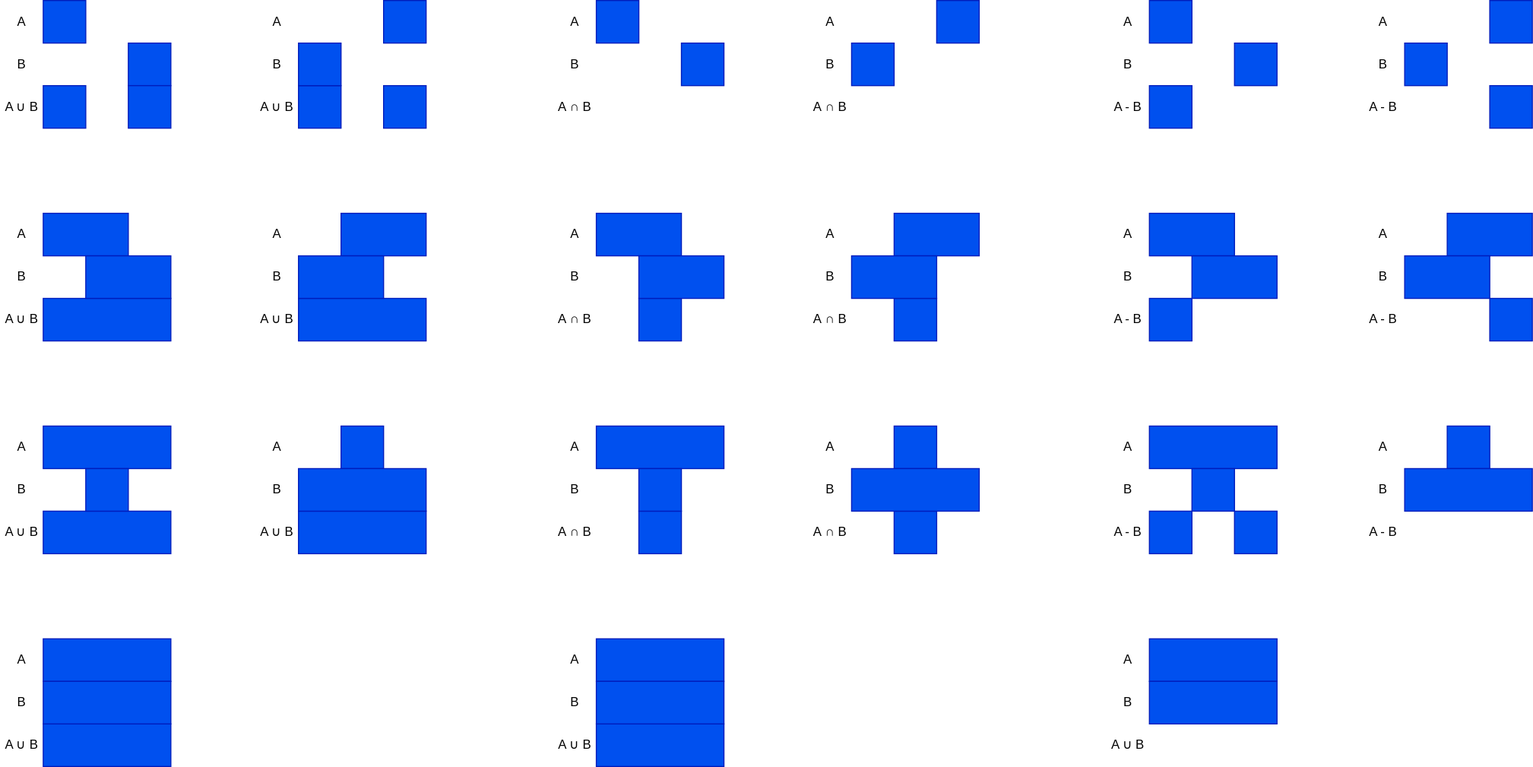
Earlier version of the draw.io export src/interval/SimpleTimeInterval.drawio.svg (yolisses/time-constraints). Source tidied: cells renumbered, new cells last; positions are measured from the earlier drawing's top-left corner, leaving out a move shared by most shapes.
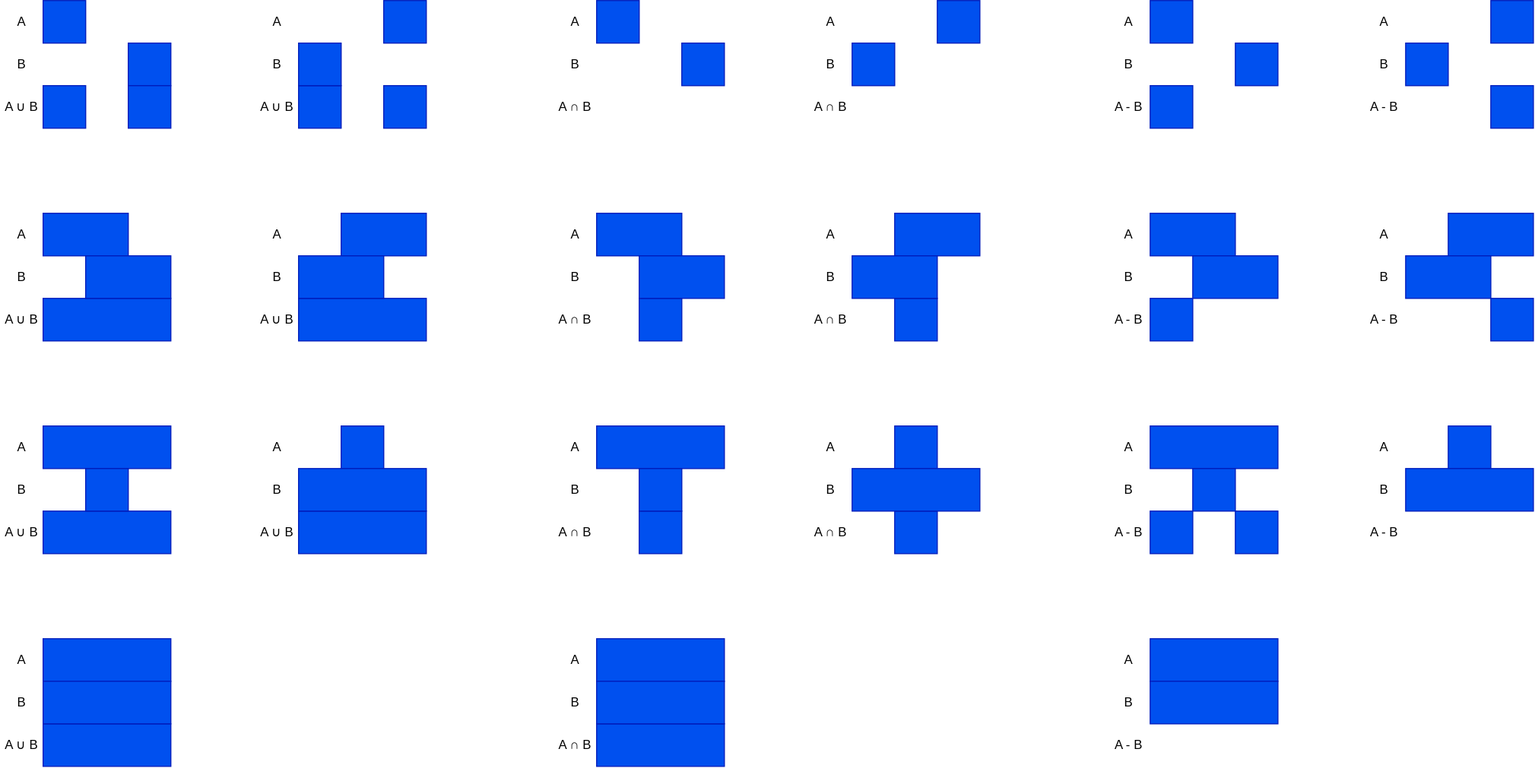
The same file after the commit.

Commit message:
Fix style in SimpleTimeInterval drawing

What changed in the source:
```diff
@@ -4,7 +4,7 @@
     <mxCell id="1" parent="0" />
     <mxCell id="2" style="edgeStyle=orthogonalEdgeStyle;rounded=0;orthogonalLoop=1;jettySize=auto;html=1;exitX=0.25;exitY=0;exitDx=0;exitDy=0;" parent="1" edge="1">
       <mxGeometry relative="1" as="geometry">
-        <mxPoint as="sourcePoint" />
+        <mxPoint x="280" y="160" as="sourcePoint" />
       </mxGeometry>
     </mxCell>
     <mxCell id="3" style="rounded=0;whiteSpace=wrap;html=1;fillColor=#0050ef;fontColor=#ffffff;strokeColor=#001DBC;" parent="1" vertex="1">
@@ -130,9 +130,6 @@
     <mxCell id="43" value="B" style="text;html=1;align=center;verticalAlign=middle;whiteSpace=wrap;rounded=0;" parent="1" vertex="1">
       <mxGeometry x="550" y="240" width="40" height="40" as="geometry" />
     </mxCell>
-    <mxCell id="44" value="A&amp;nbsp;&lt;span style=&quot;background-color: transparent; color: light-dark(rgb(0, 0, 0), rgb(255, 255, 255));&quot;&gt;∩&amp;nbsp;&lt;/span&gt;&lt;span style=&quot;background-color: transparent; color: light-dark(rgb(0, 0, 0), rgb(255, 255, 255));&quot;&gt;B&lt;/span&gt;" style="text;html=1;align=center;verticalAlign=middle;whiteSpace=wrap;rounded=0;" parent="1" vertex="1">
-      <mxGeometry x="550" y="280" width="40" height="40" as="geometry" />
-    </mxCell>
     <mxCell id="45" style="rounded=0;whiteSpace=wrap;html=1;fillColor=#0050ef;fontColor=#ffffff;strokeColor=#001DBC;" parent="1" vertex="1">
       <mxGeometry x="670" y="240" width="40" height="40" as="geometry" />
     </mxCell>
@@ -208,21 +205,6 @@
     <mxCell id="69" style="rounded=0;whiteSpace=wrap;html=1;fillColor=#0050ef;fontColor=#ffffff;strokeColor=#001DBC;" parent="1" vertex="1">
       <mxGeometry x="830" y="240" width="40" height="40" as="geometry" />
     </mxCell>
-    <mxCell id="70" value="A&amp;nbsp;&lt;span style=&quot;background-color: transparent; color: light-dark(rgb(0, 0, 0), rgb(255, 255, 255));&quot;&gt;∩&amp;nbsp;&lt;/span&gt;&lt;span style=&quot;background-color: transparent; color: light-dark(rgb(0, 0, 0), rgb(255, 255, 255));&quot;&gt;B&lt;/span&gt;" style="text;html=1;align=center;verticalAlign=middle;whiteSpace=wrap;rounded=0;" parent="1" vertex="1">
-      <mxGeometry x="790" y="280" width="40" height="40" as="geometry" />
-    </mxCell>
-    <mxCell id="71" value="A&amp;nbsp;&lt;span style=&quot;background-color: transparent; color: light-dark(rgb(0, 0, 0), rgb(255, 255, 255));&quot;&gt;∩&amp;nbsp;&lt;/span&gt;&lt;span style=&quot;background-color: transparent; color: light-dark(rgb(0, 0, 0), rgb(255, 255, 255));&quot;&gt;B&lt;/span&gt;" style="text;html=1;align=center;verticalAlign=middle;whiteSpace=wrap;rounded=0;" parent="1" vertex="1">
-      <mxGeometry x="550" y="480" width="40" height="40" as="geometry" />
-    </mxCell>
-    <mxCell id="72" value="A&amp;nbsp;&lt;span style=&quot;background-color: transparent; color: light-dark(rgb(0, 0, 0), rgb(255, 255, 255));&quot;&gt;∩&amp;nbsp;&lt;/span&gt;&lt;span style=&quot;background-color: transparent; color: light-dark(rgb(0, 0, 0), rgb(255, 255, 255));&quot;&gt;B&lt;/span&gt;" style="text;html=1;align=center;verticalAlign=middle;whiteSpace=wrap;rounded=0;" parent="1" vertex="1">
-      <mxGeometry x="790" y="480" width="40" height="40" as="geometry" />
-    </mxCell>
-    <mxCell id="73" value="A&amp;nbsp;&lt;span style=&quot;background-color: transparent; color: light-dark(rgb(0, 0, 0), rgb(255, 255, 255));&quot;&gt;∩&amp;nbsp;&lt;/span&gt;&lt;span style=&quot;background-color: transparent; color: light-dark(rgb(0, 0, 0), rgb(255, 255, 255));&quot;&gt;B&lt;/span&gt;" style="text;html=1;align=center;verticalAlign=middle;whiteSpace=wrap;rounded=0;" parent="1" vertex="1">
-      <mxGeometry x="550" y="680" width="40" height="40" as="geometry" />
-    </mxCell>
-    <mxCell id="74" value="A&amp;nbsp;&lt;span style=&quot;background-color: transparent; color: light-dark(rgb(0, 0, 0), rgb(255, 255, 255));&quot;&gt;∩&amp;nbsp;&lt;/span&gt;&lt;span style=&quot;background-color: transparent; color: light-dark(rgb(0, 0, 0), rgb(255, 255, 255));&quot;&gt;B&lt;/span&gt;" style="text;html=1;align=center;verticalAlign=middle;whiteSpace=wrap;rounded=0;" parent="1" vertex="1">
-      <mxGeometry x="790" y="680" width="40" height="40" as="geometry" />
-    </mxCell>
     <mxCell id="75" style="rounded=0;whiteSpace=wrap;html=1;fillColor=#0050ef;fontColor=#ffffff;strokeColor=#001DBC;" parent="1" vertex="1">
       <mxGeometry x="1110" y="200" width="40" height="40" as="geometry" />
     </mxCell>
@@ -304,24 +286,9 @@
     <mxCell id="101" style="rounded=0;whiteSpace=wrap;html=1;fillColor=#0050ef;fontColor=#ffffff;strokeColor=#001DBC;" parent="1" vertex="1">
       <mxGeometry x="1350" y="240" width="40" height="40" as="geometry" />
     </mxCell>
-    <mxCell id="102" value="A -&amp;nbsp;&lt;span style=&quot;background-color: transparent; color: light-dark(rgb(0, 0, 0), rgb(255, 255, 255));&quot;&gt;B&lt;/span&gt;" style="text;html=1;align=center;verticalAlign=middle;whiteSpace=wrap;rounded=0;" parent="1" vertex="1">
-      <mxGeometry x="1310" y="280" width="40" height="40" as="geometry" />
-    </mxCell>
-    <mxCell id="103" value="A -&amp;nbsp;&lt;span style=&quot;background-color: transparent; color: light-dark(rgb(0, 0, 0), rgb(255, 255, 255));&quot;&gt;B&lt;/span&gt;" style="text;html=1;align=center;verticalAlign=middle;whiteSpace=wrap;rounded=0;" parent="1" vertex="1">
+    <mxCell id="103" value="A - B" style="text;html=1;align=center;verticalAlign=middle;whiteSpace=wrap;rounded=0;" parent="1" vertex="1">
       <mxGeometry x="1070" y="280" width="40" height="40" as="geometry" />
     </mxCell>
-    <mxCell id="104" value="A -&amp;nbsp;&lt;span style=&quot;background-color: transparent; color: light-dark(rgb(0, 0, 0), rgb(255, 255, 255));&quot;&gt;B&lt;/span&gt;" style="text;html=1;align=center;verticalAlign=middle;whiteSpace=wrap;rounded=0;" parent="1" vertex="1">
-      <mxGeometry x="1070" y="480" width="40" height="40" as="geometry" />
-    </mxCell>
-    <mxCell id="105" value="A -&amp;nbsp;&lt;span style=&quot;background-color: transparent; color: light-dark(rgb(0, 0, 0), rgb(255, 255, 255));&quot;&gt;B&lt;/span&gt;" style="text;html=1;align=center;verticalAlign=middle;whiteSpace=wrap;rounded=0;" parent="1" vertex="1">
-      <mxGeometry x="1070" y="680" width="40" height="40" as="geometry" />
-    </mxCell>
-    <mxCell id="106" value="A -&amp;nbsp;&lt;span style=&quot;background-color: transparent; color: light-dark(rgb(0, 0, 0), rgb(255, 255, 255));&quot;&gt;B&lt;/span&gt;" style="text;html=1;align=center;verticalAlign=middle;whiteSpace=wrap;rounded=0;" parent="1" vertex="1">
-      <mxGeometry x="1310" y="480" width="40" height="40" as="geometry" />
-    </mxCell>
-    <mxCell id="107" value="A -&amp;nbsp;&lt;span style=&quot;background-color: transparent; color: light-dark(rgb(0, 0, 0), rgb(255, 255, 255));&quot;&gt;B&lt;/span&gt;" style="text;html=1;align=center;verticalAlign=middle;whiteSpace=wrap;rounded=0;" parent="1" vertex="1">
-      <mxGeometry x="1310" y="680" width="40" height="40" as="geometry" />
-    </mxCell>
     <mxCell id="108" style="rounded=0;whiteSpace=wrap;html=1;fillColor=#0050ef;fontColor=#ffffff;strokeColor=#001DBC;" parent="1" vertex="1">
       <mxGeometry x="1110" y="280" width="40" height="40" as="geometry" />
     </mxCell>
@@ -358,9 +325,6 @@
     <mxCell id="119" value="B" style="text;html=1;align=center;verticalAlign=middle;whiteSpace=wrap;rounded=0;" parent="1" vertex="1">
       <mxGeometry x="550" y="840" width="40" height="40" as="geometry" />
     </mxCell>
-    <mxCell id="120" value="A ∪ B" style="text;html=1;align=center;verticalAlign=middle;whiteSpace=wrap;rounded=0;" parent="1" vertex="1">
-      <mxGeometry x="550" y="880" width="40" height="40" as="geometry" />
-    </mxCell>
     <mxCell id="121" style="rounded=0;whiteSpace=wrap;html=1;fillColor=#0050ef;fontColor=#ffffff;strokeColor=#001DBC;" parent="1" vertex="1">
       <mxGeometry x="590" y="880" width="120" height="40" as="geometry" />
     </mxCell>
@@ -376,11 +340,47 @@
     <mxCell id="125" value="B" style="text;html=1;align=center;verticalAlign=middle;whiteSpace=wrap;rounded=0;" parent="1" vertex="1">
       <mxGeometry x="1070" y="840" width="40" height="40" as="geometry" />
     </mxCell>
-    <mxCell id="126" value="A ∪ B" style="text;html=1;align=center;verticalAlign=middle;whiteSpace=wrap;rounded=0;" parent="1" vertex="1">
-      <mxGeometry x="1070" y="880" width="40" height="40" as="geometry" />
-    </mxCell>
     <mxCell id="127" style="rounded=0;whiteSpace=wrap;html=1;fillColor=#0050ef;fontColor=#ffffff;strokeColor=#001DBC;" parent="1" vertex="1">
       <mxGeometry x="1110" y="840" width="120" height="40" as="geometry" />
     </mxCell>
+    <mxCell id="128" value="A - B" style="text;html=1;align=center;verticalAlign=middle;whiteSpace=wrap;rounded=0;" parent="1" vertex="1">
+      <mxGeometry x="1310" y="280" width="40" height="40" as="geometry" />
+    </mxCell>
+    <mxCell id="129" value="A - B" style="text;html=1;align=center;verticalAlign=middle;whiteSpace=wrap;rounded=0;" parent="1" vertex="1">
+      <mxGeometry x="1070" y="480" width="40" height="40" as="geometry" />
+    </mxCell>
+    <mxCell id="130" value="A - B" style="text;html=1;align=center;verticalAlign=middle;whiteSpace=wrap;rounded=0;" parent="1" vertex="1">
+      <mxGeometry x="1310" y="480" width="40" height="40" as="geometry" />
+    </mxCell>
+    <mxCell id="131" value="A - B" style="text;html=1;align=center;verticalAlign=middle;whiteSpace=wrap;rounded=0;" parent="1" vertex="1">
+      <mxGeometry x="1070" y="680" width="40" height="40" as="geometry" />
+    </mxCell>
+    <mxCell id="132" value="A - B" style="text;html=1;align=center;verticalAlign=middle;whiteSpace=wrap;rounded=0;" parent="1" vertex="1">
+      <mxGeometry x="1310" y="680" width="40" height="40" as="geometry" />
+    </mxCell>
+    <mxCell id="133" value="A - B" style="text;html=1;align=center;verticalAlign=middle;whiteSpace=wrap;rounded=0;" parent="1" vertex="1">
+      <mxGeometry x="1070" y="880" width="40" height="40" as="geometry" />
+    </mxCell>
+    <mxCell id="134" value="A ∩ B" style="text;html=1;align=center;verticalAlign=middle;whiteSpace=wrap;rounded=0;" parent="1" vertex="1">
+      <mxGeometry x="550" y="880" width="40" height="40" as="geometry" />
+    </mxCell>
+    <mxCell id="135" value="A ∩ B" style="text;html=1;align=center;verticalAlign=middle;whiteSpace=wrap;rounded=0;" parent="1" vertex="1">
+      <mxGeometry x="550" y="680" width="40" height="40" as="geometry" />
+    </mxCell>
+    <mxCell id="136" value="A ∩ B" style="text;html=1;align=center;verticalAlign=middle;whiteSpace=wrap;rounded=0;" parent="1" vertex="1">
+      <mxGeometry x="790" y="680" width="40" height="40" as="geometry" />
+    </mxCell>
+    <mxCell id="137" value="A ∩ B" style="text;html=1;align=center;verticalAlign=middle;whiteSpace=wrap;rounded=0;" parent="1" vertex="1">
+      <mxGeometry x="790" y="480" width="40" height="40" as="geometry" />
+    </mxCell>
+    <mxCell id="138" value="A ∩ B" style="text;html=1;align=center;verticalAlign=middle;whiteSpace=wrap;rounded=0;" parent="1" vertex="1">
+      <mxGeometry x="550" y="480" width="40" height="40" as="geometry" />
+    </mxCell>
+    <mxCell id="139" value="A ∩ B" style="text;html=1;align=center;verticalAlign=middle;whiteSpace=wrap;rounded=0;" parent="1" vertex="1">
+      <mxGeometry x="550" y="280" width="40" height="40" as="geometry" />
+    </mxCell>
+    <mxCell id="140" value="A ∩ B" style="text;html=1;align=center;verticalAlign=middle;whiteSpace=wrap;rounded=0;" parent="1" vertex="1">
+      <mxGeometry x="790" y="280" width="40" height="40" as="geometry" />
+    </mxCell>
   </root>
 </mxGraphModel>
```
